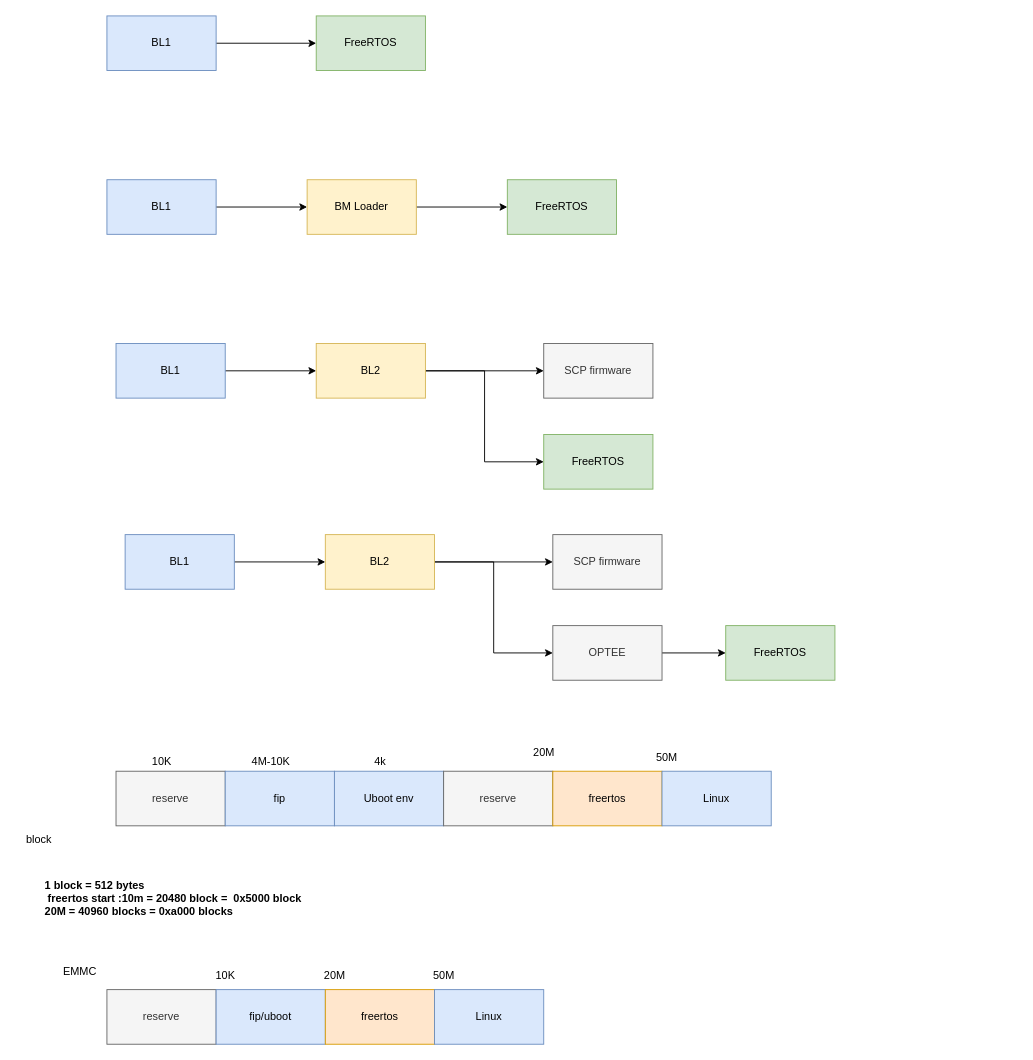
thomas-coding/drawio keeps this draw.io diagram as page "a32_freertos" (11 of 12) of alius.drawio. Above is the earlier version. Source tidied: cells renumbered, new cells numbered last; positions are measured from the earlier drawing's top-left corner, leaving out a move shared by most shapes. Both pictures are drawn from the tidied source at 91%, with x=0, y=0 at pixel (15, 15).
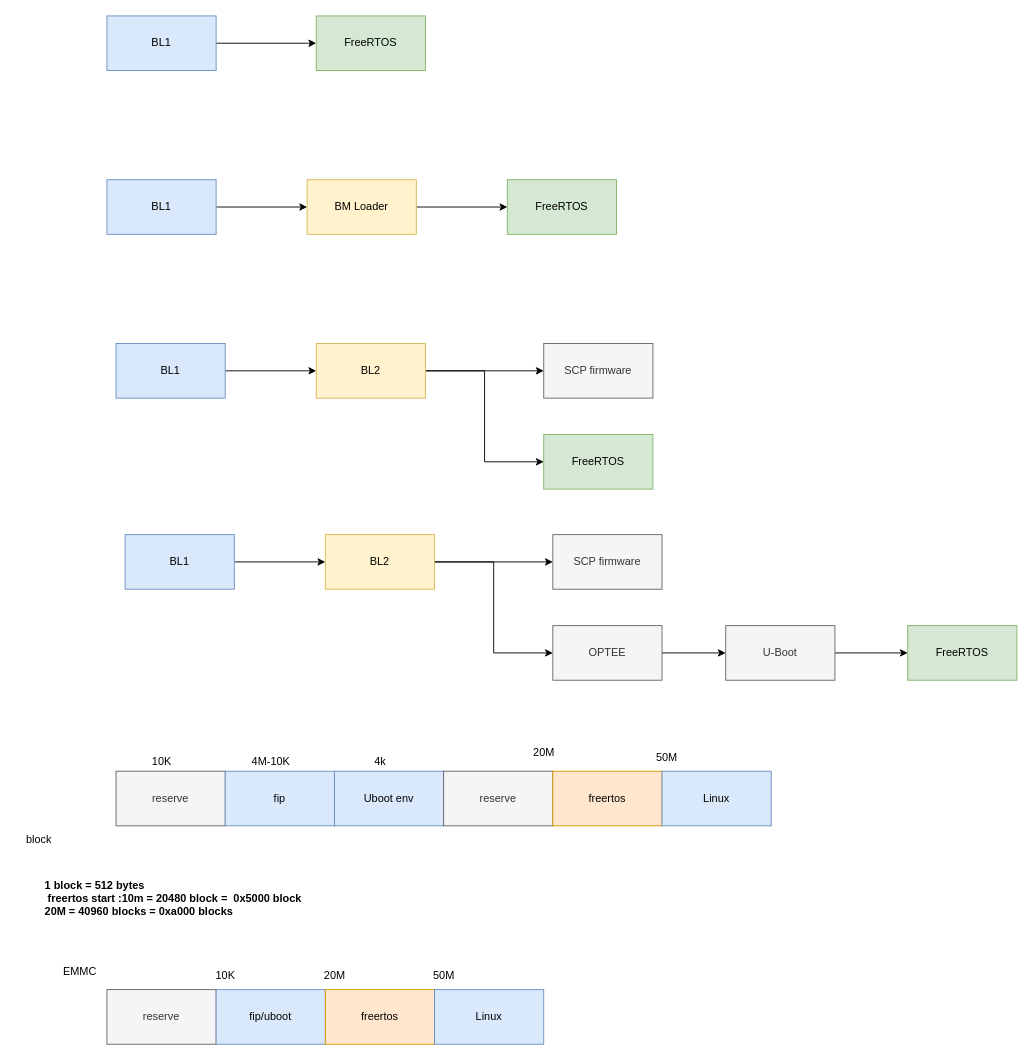
Above is the later version.

What changed in the source:
```diff
@@
+    <mxCell id="47" style="edgeStyle=orthogonalEdgeStyle;rounded=0;jettySize=auto;html=1;entryX=0;entryY=0.5;entryDx=0;entryDy=0;" parent="1" edge="1" source="25" target="48">
+      <mxGeometry relative="1" as="geometry" />
+    </mxCell>
-    <mxCell id="25" value="FreeRTOS" style="rounded=0;whiteSpace=wrap;html=1;fillColor=#d5e8d4;strokeColor=#82b366;" parent="1" vertex="1">
+    <mxCell id="25" value="U-Boot" style="rounded=0;whiteSpace=wrap;html=1;fillColor=#f5f5f5;strokeColor=#666666;fontColor=#333333;" parent="1" vertex="1">
       <mxGeometry x="780" y="670" width="120" height="60" as="geometry" />
     </mxCell>
@@
+    <mxCell id="48" value="FreeRTOS" style="rounded=0;whiteSpace=wrap;html=1;fillColor=#d5e8d4;strokeColor=#82b366;" parent="1" vertex="1">
+      <mxGeometry x="980" y="670" width="120" height="60" as="geometry" />
+    </mxCell>
```
